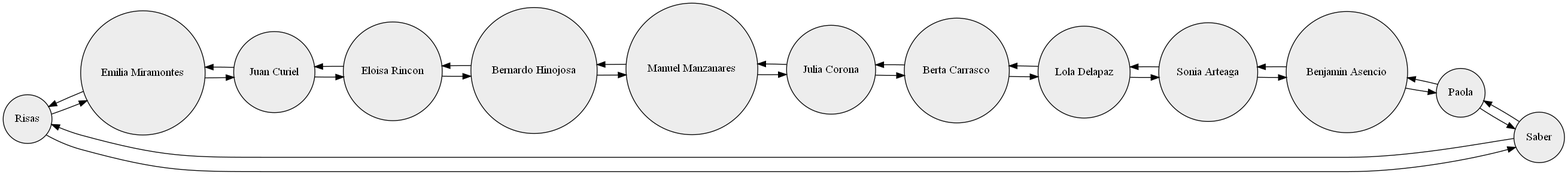
Above: EDD_SmartClass_201801627/Fase 1 Intento 2/cmake-build-debug/StudentGraph.png in Edag09/Eduardo_Agustin_201801627 (Graphviz), before the change. Its source is kept beside it as EDD_SmartClass_201801627/Fase 1 Intento 2/cmake-build-debug/StudentGraph.dot. The source it was exported from:
```dot
digraph List {
rankdir=LR;
node [shape = circle, color=black , style=filled, fillcolor=gray93];
Node1[label="Risas"];
Node2[label="Emilia Miramontes"];
Node3[label="Juan Curiel"];
Node4[label="Eloisa Rincon"];
Node5[label="Bernardo Hinojosa"];
Node6[label="Manuel Manzanares"];
Node7[label="Julia Corona"];
Node8[label="Berta Carrasco"];
Node9[label="Lola Delapaz"];
Node10[label="Sonia Arteaga"];
Node11[label="Benjamin Asencio"];
Node12[label="Paola"];
Node13[label="Saber"];
Node1->Node2;
Node2->Node1;
Node2->Node3;
Node3->Node2;
Node3->Node4;
Node4->Node3;
Node4->Node5;
Node5->Node4;
Node5->Node6;
Node6->Node5;
Node6->Node7;
Node7->Node6;
Node7->Node8;
Node8->Node7;
Node8->Node9;
Node9->Node8;
Node9->Node10;
Node10->Node9;
Node10->Node11;
Node11->Node10;
Node11->Node12;
Node12->Node11;
Node12->Node13;
Node13->Node12;
Node13->Node1;
Node1->Node13;

}
```
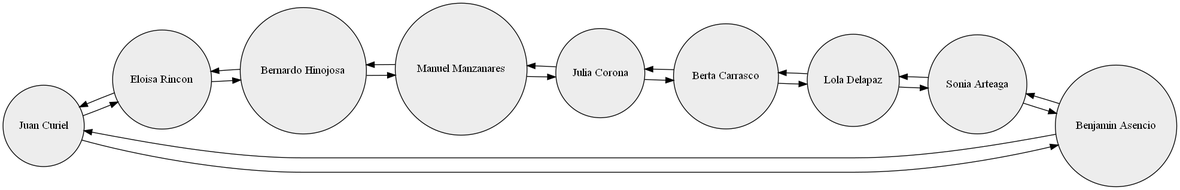
After the change.

Diff of the diagram source:
```diff
@@ -1,19 +1,15 @@
 digraph List {
 rankdir=LR;
 node [shape = circle, color=black , style=filled, fillcolor=gray93];
-Node1[label="Risas"];
-Node2[label="Emilia Miramontes"];
-Node3[label="Juan Curiel"];
-Node4[label="Eloisa Rincon"];
-Node5[label="Bernardo Hinojosa"];
-Node6[label="Manuel Manzanares"];
-Node7[label="Julia Corona"];
-Node8[label="Berta Carrasco"];
-Node9[label="Lola Delapaz"];
-Node10[label="Sonia Arteaga"];
-Node11[label="Benjamin Asencio"];
-Node12[label="Paola"];
-Node13[label="Saber"];
+Node1[label="Juan Curiel"];
+Node2[label="Eloisa Rincon"];
+Node3[label="Bernardo Hinojosa"];
+Node4[label="Manuel Manzanares"];
+Node5[label="Julia Corona"];
+Node6[label="Berta Carrasco"];
+Node7[label="Lola Delapaz"];
+Node8[label="Sonia Arteaga"];
+Node9[label="Benjamin Asencio"];
 Node1->Node2;
 Node2->Node1;
 Node2->Node3;
@@ -30,15 +26,7 @@
 Node8->Node7;
 Node8->Node9;
 Node9->Node8;
-Node9->Node10;
-Node10->Node9;
-Node10->Node11;
-Node11->Node10;
-Node11->Node12;
-Node12->Node11;
-Node12->Node13;
-Node13->Node12;
-Node13->Node1;
-Node1->Node13;
+Node9->Node1;
+Node1->Node9;
 
 }
```
